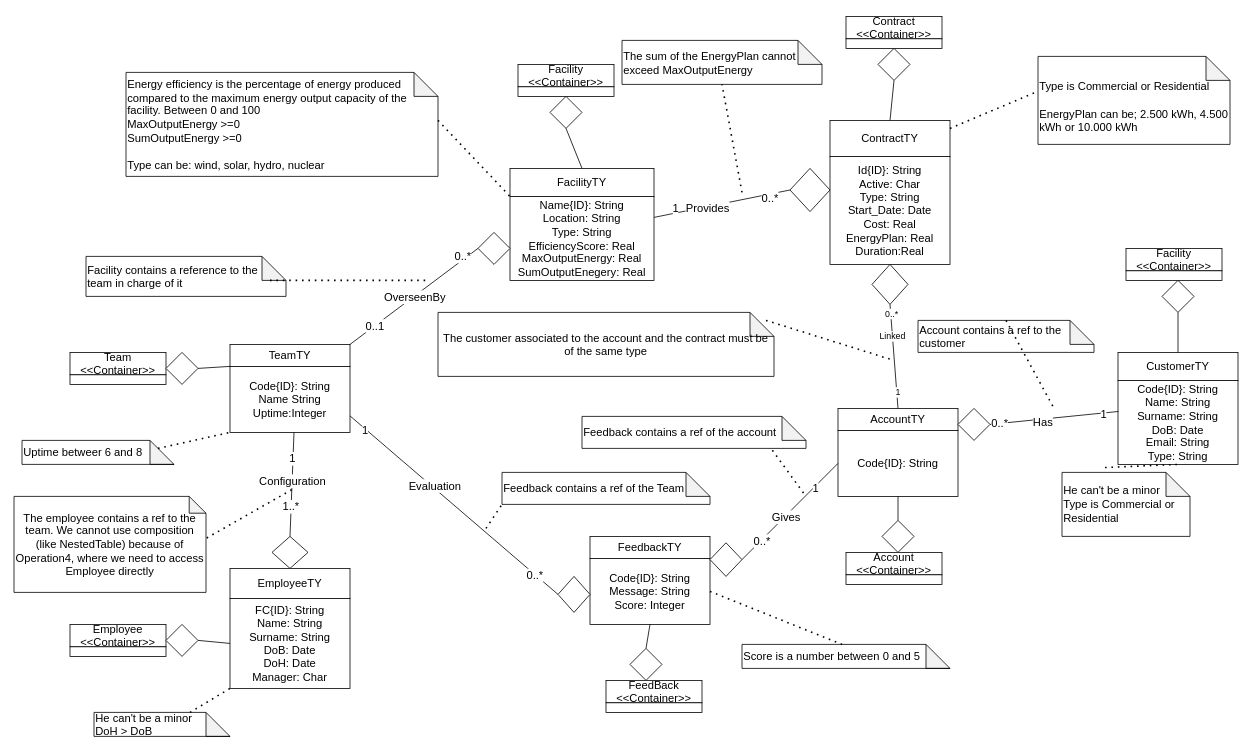
Before: Exam/Documentation/Draw/UML.drawio in Fonty02/DBSystems, a draw.io diagram. Source tidied: cells renumbered, new cells numbered last; positions are measured from the earlier drawing's top-left corner, leaving out a move shared by most shapes. Both pictures are drawn from the tidied source at 80%, with x=0, y=0 at pixel (14, 16).
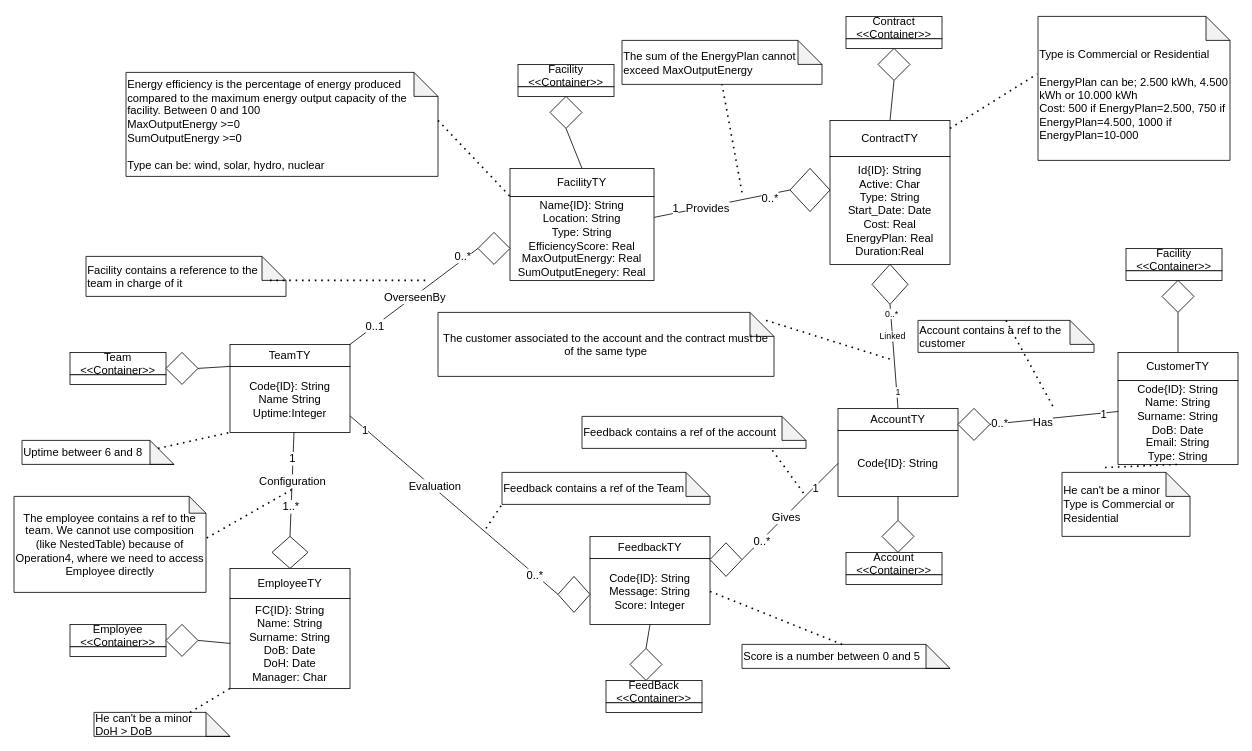
The same diagram, later.

Diff of the diagram source:
```diff
@@
-    <mxCell id="117" value="&lt;br&gt;&lt;div&gt;Type is Commercial or Residential&lt;/div&gt;&lt;div&gt;&lt;br&gt;&lt;/div&gt;&lt;div&gt;EnergyPlan can be; 2.500 kWh, 4.500 kWh or 10.000 kWh&lt;/div&gt;" style="shape=note;whiteSpace=wrap;html=1;backgroundOutline=1;darkOpacity=0.05;align=left;fontSize=14;" parent="1" vertex="1">
-      <mxGeometry x="1280" y="50" width="240" height="110" as="geometry" />
+    <mxCell id="117" value="&lt;br&gt;&lt;div&gt;Type is Commercial or Residential&lt;/div&gt;&lt;div&gt;&lt;br&gt;&lt;/div&gt;&lt;div&gt;EnergyPlan can be; 2.500 kWh, 4.500 kWh or 10.000 kWh&lt;/div&gt;&lt;div&gt;Cost: 500 if EnergyPlan=2.500, 750 if EnergyPlan=4.500, 1000 if EnergyPlan=10-000&lt;/div&gt;" style="shape=note;whiteSpace=wrap;html=1;backgroundOutline=1;darkOpacity=0.05;align=left;fontSize=14;" parent="1" vertex="1">
+      <mxGeometry x="1280" width="240" height="180" as="geometry" />
     </mxCell>
```
